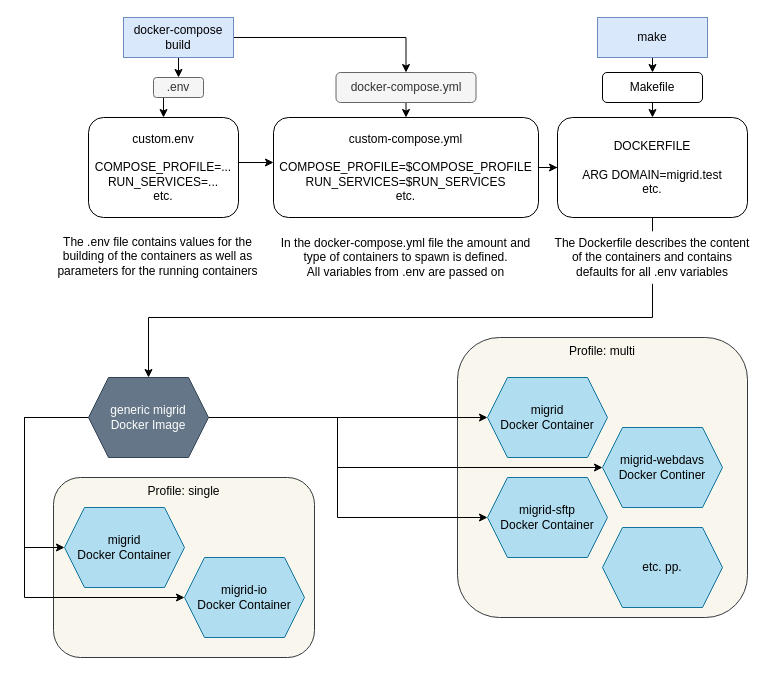
ucphhpc/docker-migrid keeps this draw.io diagram as doc/source/res/images/docker-compose-workflow.drawio. Above is the earlier version. Source tidied: cells renumbered, new cells numbered last; positions are measured from the earlier drawing's top-left corner, leaving out a move shared by most shapes. Both pictures are drawn from the tidied source at 100%, with x=0, y=0 at pixel (24, 17).
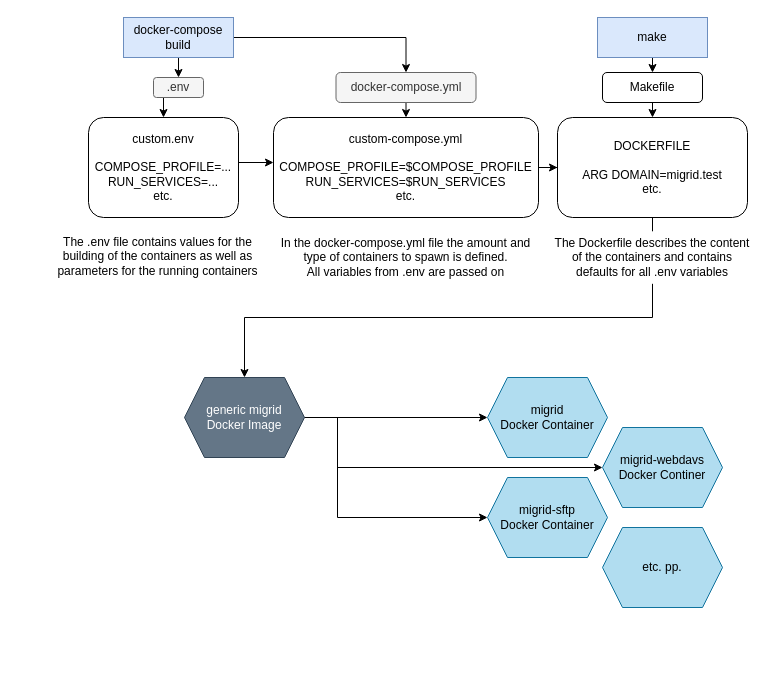
The same page after the edit.

Unchanged cells that the change refers to:
```xml
<mxCell id="27" value="DOCKERFILE&lt;br&gt;&lt;br&gt;ARG DOMAIN=migrid.test&lt;br style=&quot;border-color: var(--border-color);&quot;&gt;etc." style="rounded=1;whiteSpace=wrap;html=1;" parent="1" vertex="1">
  <mxGeometry x="533" y="100" width="190" height="100" as="geometry" />
</mxCell>
```

Change to the diagram source:
```diff
@@
-    <mxCell id="2" value="Profile: single" style="rounded=1;whiteSpace=wrap;html=1;fillColor=#f9f7ed;strokeColor=#36393d;labelPosition=center;verticalLabelPosition=middle;align=center;verticalAlign=top;" parent="1" vertex="1">
-      <mxGeometry x="29" y="460" width="261" height="180" as="geometry" />
-    </mxCell>
-    <mxCell id="3" value="Profile: multi" style="rounded=1;whiteSpace=wrap;html=1;fillColor=#f9f7ed;strokeColor=#36393d;labelPosition=center;verticalLabelPosition=middle;align=center;verticalAlign=top;" parent="1" vertex="1">
-      <mxGeometry x="433" y="320" width="290" height="280" as="geometry" />
-    </mxCell>
     <mxCell id="4" style="edgeStyle=orthogonalEdgeStyle;rounded=0;jettySize=auto;html=1;exitX=0.5;exitY=1;exitDx=0;exitDy=0;entryX=0.5;entryY=0;entryDx=0;entryDy=0;" parent="1" edge="1" source="27" target="10">
       <mxGeometry relative="1" as="geometry">
         <Array as="points">
           <mxPoint x="628" y="300" />
-          <mxPoint x="124" y="300" />
+          <mxPoint x="220" y="300" />
         </Array>
       </mxGeometry>
     </mxCell>
@@
-    <mxCell id="8" style="edgeStyle=orthogonalEdgeStyle;rounded=0;jettySize=auto;html=1;exitX=0;exitY=0.5;exitDx=0;exitDy=0;entryX=0;entryY=0.5;entryDx=0;entryDy=0;" parent="1" edge="1" source="10" target="34">
-      <mxGeometry relative="1" as="geometry">
-        <Array as="points">
-          <mxPoint y="400" />
-          <mxPoint y="530" />
-        </Array>
-      </mxGeometry>
-    </mxCell>
-    <mxCell id="9" style="edgeStyle=orthogonalEdgeStyle;rounded=0;jettySize=auto;html=1;exitX=0;exitY=0.5;exitDx=0;exitDy=0;entryX=0;entryY=0.5;entryDx=0;entryDy=0;" parent="1" edge="1" source="10" target="35">
-      <mxGeometry relative="1" as="geometry">
-        <Array as="points">
-          <mxPoint y="400" />
-          <mxPoint y="580" />
-        </Array>
-      </mxGeometry>
-    </mxCell>
     <mxCell id="10" value="generic migrid&lt;br&gt;Docker Image" style="shape=hexagon;perimeter=hexagonPerimeter2;whiteSpace=wrap;html=1;fixedSize=1;fillColor=#647687;fontColor=#ffffff;strokeColor=#314354;" parent="1" vertex="1">
-      <mxGeometry x="64" y="360" width="120" height="80" as="geometry" />
+      <mxGeometry x="160" y="360" width="120" height="80" as="geometry" />
     </mxCell>
@@
-    <mxCell id="34" value="migrid&lt;br&gt;Docker Container" style="shape=hexagon;perimeter=hexagonPerimeter2;whiteSpace=wrap;html=1;fixedSize=1;fillColor=#b1ddf0;strokeColor=#10739e;" parent="1" vertex="1">
-      <mxGeometry x="40" y="490" width="120" height="80" as="geometry" />
-    </mxCell>
-    <mxCell id="35" value="migrid-io&lt;br&gt;Docker Container" style="shape=hexagon;perimeter=hexagonPerimeter2;whiteSpace=wrap;html=1;fixedSize=1;fillColor=#b1ddf0;strokeColor=#10739e;" parent="1" vertex="1">
-      <mxGeometry x="160" y="540" width="120" height="80" as="geometry" />
-    </mxCell>
```
